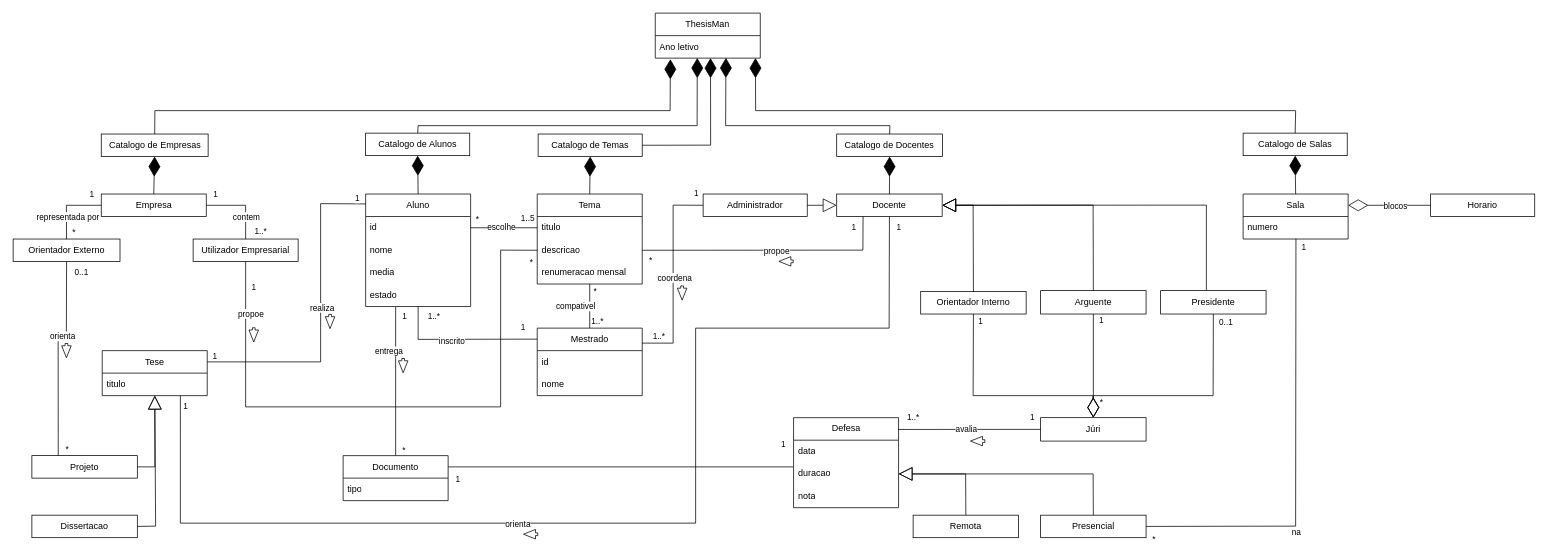
Earlier version of the draw.io diagram docs/DomainModel.drawio (Sapientia-PT/thesisman). Source tidied: cells renumbered, new cells numbered last; positions are measured from the earlier drawing's top-left corner, leaving out a move shared by most shapes. Both pictures are drawn from the tidied source at 75%, with x=0, y=0 at pixel (13, 13).
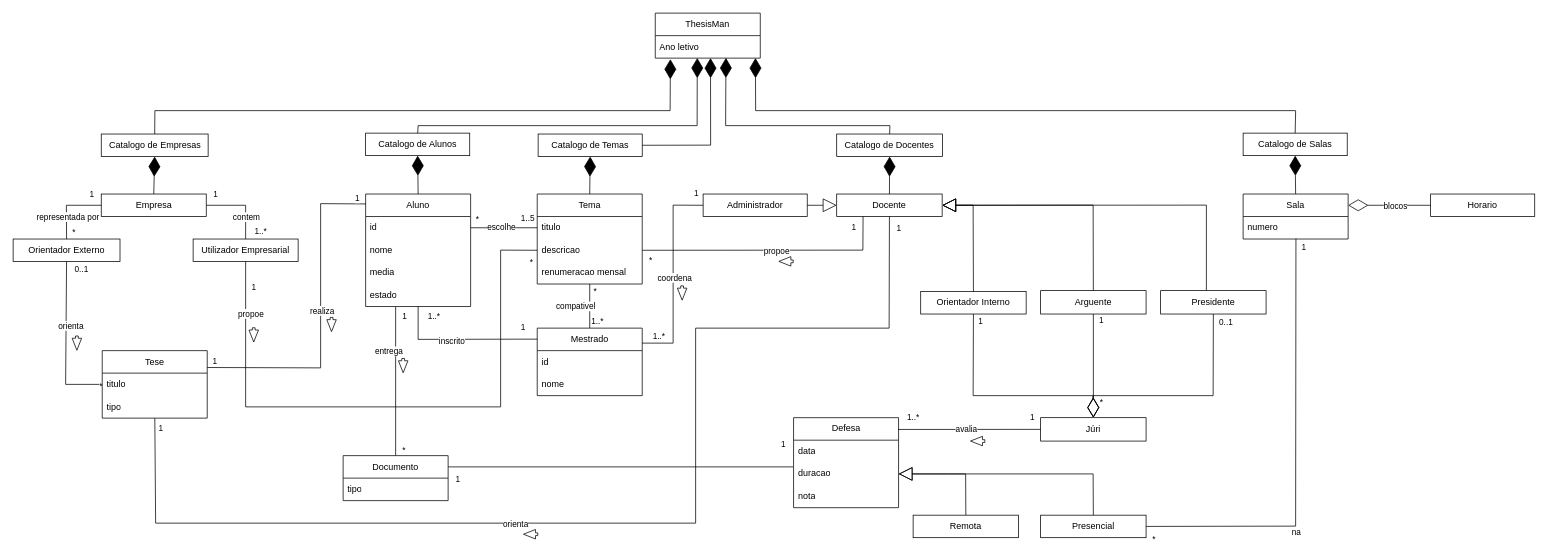
After the change.

Unchanged cells that the change refers to:
```xml
<mxCell id="9" value="Docente" style="rounded=0;whiteSpace=wrap;html=1;" parent="1" vertex="1">
  <mxGeometry x="1098.1" y="241.2" width="140.6" height="30" as="geometry" />
</mxCell>
<mxCell id="11" value="Orientador Externo" style="whiteSpace=wrap;html=1;" parent="1" vertex="1">
  <mxGeometry y="301.2" width="142.5" height="30" as="geometry" />
</mxCell>
<mxCell id="14" value="Aluno" style="swimlane;fontStyle=0;horizontal=1;startSize=30;whiteSpace=wrap;html=1;" parent="1" vertex="1">
  <mxGeometry x="470" y="241.2" width="140" height="150" as="geometry" />
</mxCell>
<mxCell id="74" value="titulo" style="text;strokeColor=none;fillColor=none;align=left;verticalAlign=middle;spacingLeft=4;spacingRight=4;overflow=hidden;points=[[0,0.5],[1,0.5]];portConstraint=eastwest;whiteSpace=wrap;html=1;" parent="73" vertex="1">
  <mxGeometry y="30" width="140" height="30" as="geometry" />
</mxCell>
```

The edit, as a diff of the source:
```diff
@@
-    <mxCell id="23" value="Dissertacao" style="html=1;whiteSpace=wrap;" parent="1" vertex="1">
-      <mxGeometry x="25" y="669.4" width="140.6" height="30" as="geometry" />
-    </mxCell>
-    <mxCell id="24" value="Projeto" style="html=1;whiteSpace=wrap;" parent="1" vertex="1">
-      <mxGeometry x="25" y="590" width="140.6" height="30" as="geometry" />
-    </mxCell>
-    <mxCell id="25" style="endArrow=none;html=1;rounded=0;exitX=0.744;exitY=1.004;exitDx=0;exitDy=0;entryX=0.5;entryY=1;entryDx=0;entryDy=0;exitPerimeter=0;" parent="1" edge="1" source="74" target="9">
+    <mxCell id="25" style="endArrow=none;html=1;rounded=0;entryX=0.5;entryY=1;entryDx=0;entryDy=0;" parent="1" edge="1" source="139" target="9">
       <mxGeometry relative="1" as="geometry">
         <Array as="points">
-          <mxPoint x="223" y="560" />
-          <mxPoint x="223" y="680" />
+          <mxPoint x="190" y="680" />
           <mxPoint x="910" y="680" />
           <mxPoint x="910" y="420" />
           <mxPoint x="1168" y="420" />
         </Array>
       </mxGeometry>
     </mxCell>
@@
-    <mxCell id="29" style="endArrow=block;endSize=16;endFill=0;html=1;rounded=0;exitX=1;exitY=0.5;exitDx=0;exitDy=0;" parent="1" edge="1" source="23" target="74">
-      <mxGeometry relative="1" as="geometry">
-        <Array as="points">
-          <mxPoint x="190" y="684" />
-        </Array>
-      </mxGeometry>
-    </mxCell>
-    <mxCell id="30" style="endArrow=block;endSize=16;endFill=0;html=1;rounded=0;exitX=1;exitY=0.5;exitDx=0;exitDy=0;" parent="1" edge="1" source="24" target="74">
-      <mxGeometry relative="1" as="geometry">
-        <Array as="points">
-          <mxPoint x="189" y="605" />
-          <mxPoint x="189" y="560" />
-        </Array>
-      </mxGeometry>
-    </mxCell>
@@
-    <mxCell id="39" style="endArrow=none;html=1;rounded=0;exitX=0.25;exitY=0;exitDx=0;exitDy=0;entryX=0.5;entryY=1;entryDx=0;entryDy=0;" parent="1" edge="1" source="24" target="11">
+    <mxCell id="39" style="endArrow=none;html=1;rounded=0;entryX=0.5;entryY=1;entryDx=0;entryDy=0;" parent="1" edge="1" source="73" target="11">
       <mxGeometry relative="1" as="geometry">
         <Array as="points">
-          <mxPoint x="60" y="430" />
-          <mxPoint x="71" y="430" />
+          <mxPoint x="70" y="495" />
         </Array>
       </mxGeometry>
     </mxCell>
@@
     <mxCell id="73" value="Tese" style="swimlane;fontStyle=0;horizontal=1;startSize=30;whiteSpace=wrap;html=1;" parent="1" vertex="1">
-      <mxGeometry x="118.8" y="450" width="140" height="60" as="geometry" />
+      <mxGeometry x="118.8" y="450" width="140" height="90" as="geometry" />
     </mxCell>
@@
+    <mxCell id="139" value="tipo" style="text;strokeColor=none;fillColor=none;align=left;verticalAlign=middle;spacingLeft=4;spacingRight=4;overflow=hidden;points=[[0,0.5],[1,0.5]];portConstraint=eastwest;whiteSpace=wrap;html=1;" parent="73" vertex="1">
+      <mxGeometry y="60" width="140" height="30" as="geometry" />
+    </mxCell>
@@
     <mxCell id="86" style="endArrow=none;html=1;rounded=0;exitX=1;exitY=0.25;exitDx=0;exitDy=0;entryX=0.003;entryY=0.088;entryDx=0;entryDy=0;entryPerimeter=0;" parent="1" edge="1" source="73" target="14">
       <mxGeometry relative="1" as="geometry">
         <Array as="points">
-          <mxPoint x="410" y="465" />
+          <mxPoint x="410" y="473" />
           <mxPoint x="410" y="254" />
         </Array>
       </mxGeometry>
     </mxCell>
@@
     <mxCell id="116" style="shape=flexArrow;endArrow=classic;html=1;rounded=0;endWidth=7.979918086933544;endSize=4.995402298850575;width=3.6781609195402303;" parent="1" edge="1">
       <mxGeometry relative="1" as="geometry">
-        <mxPoint x="71.1" y="440" as="sourcePoint" />
-        <mxPoint x="71.1" y="460" as="targetPoint" />
+        <mxPoint x="85" y="430" as="sourcePoint" />
+        <mxPoint x="85" y="450" as="targetPoint" />
       </mxGeometry>
     </mxCell>
@@
     <mxCell id="120" style="shape=flexArrow;endArrow=classic;html=1;rounded=0;endWidth=7.979918086933544;endSize=4.995402298850575;width=3.6781609195402303;" parent="1" edge="1">
       <mxGeometry relative="1" as="geometry">
-        <mxPoint x="422.6" y="401.2" as="sourcePoint" />
-        <mxPoint x="422.5" y="421.2" as="targetPoint" />
+        <mxPoint x="424.6" y="405.2" as="sourcePoint" />
+        <mxPoint x="424.5" y="425.2" as="targetPoint" />
       </mxGeometry>
     </mxCell>
```
